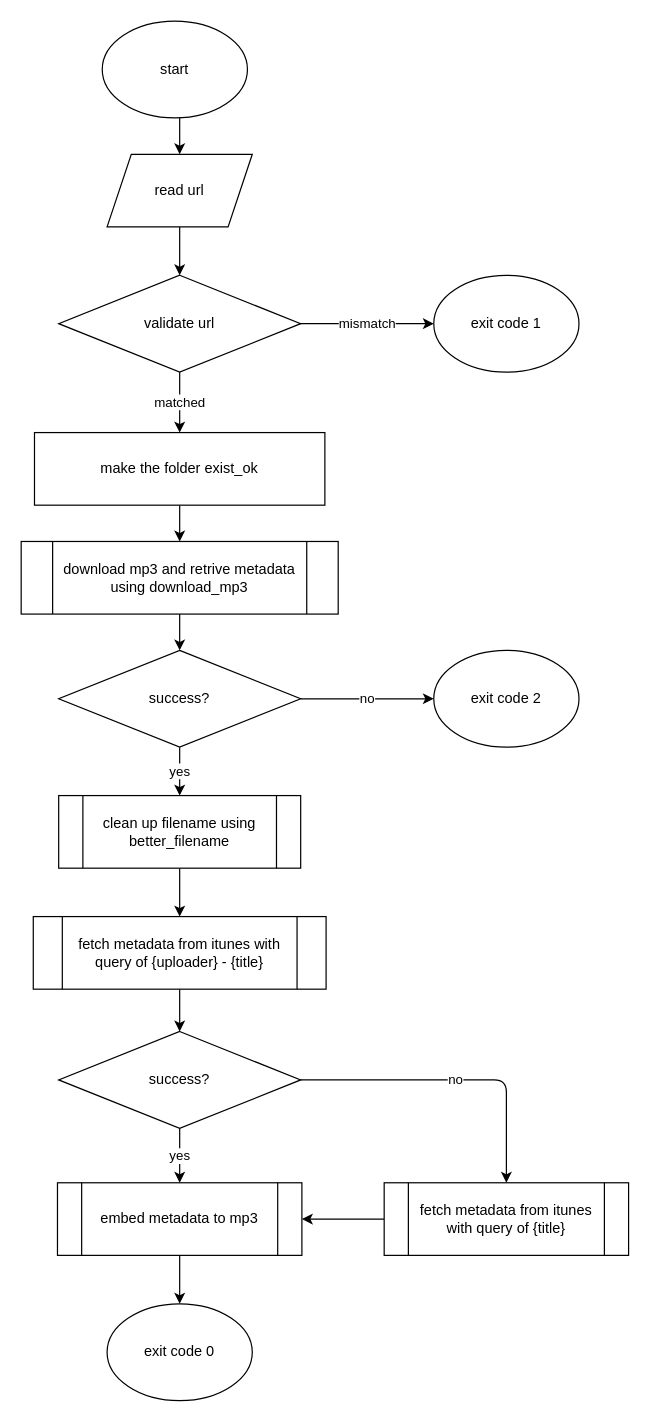
The draw.io diagram page "ytdlp-mp3-downloader-cli" (2 of 5) of flowchart.drawio in Zigatronz/ytdlp-mp3-downloader, before the edit. Source tidied: cells renumbered, new cells numbered last; positions are measured from the earlier drawing's top-left corner, leaving out a move shared by most shapes. Both pictures are drawn from the tidied source at 121%, with x=0, y=0 at pixel (21, 21).
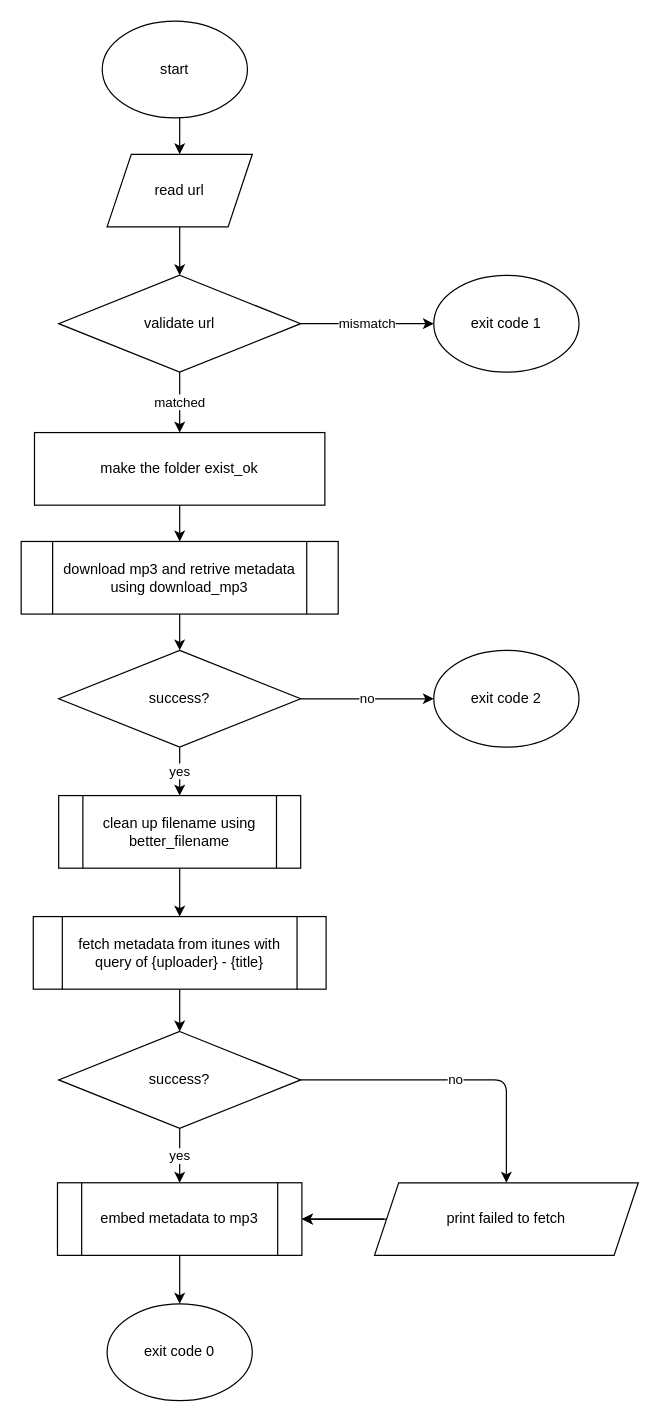
After the change.

Unchanged cells that the change refers to:
```xml
<mxCell id="13" value="success?" style="rhombus;whiteSpace=wrap;html=1;" parent="1" vertex="1">
  <mxGeometry x="31" y="835" width="200" height="80" as="geometry" />
</mxCell>
<mxCell id="29" value="&lt;span style=&quot;color: rgb(0, 0, 0);&quot;&gt;embed metadata to mp3&lt;/span&gt;" style="shape=process;whiteSpace=wrap;html=1;backgroundOutline=1;" parent="1" vertex="1">
  <mxGeometry x="30" y="960" width="202" height="60" as="geometry" />
</mxCell>
```

Change to the diagram source:
```diff
@@
-    <mxCell id="11" value="no" style="edgeStyle=none;html=1;" parent="1" edge="1" source="13" target="28">
+    <mxCell id="11" value="no" style="edgeStyle=none;html=1;" parent="1" edge="1" source="13" target="31">
       <mxGeometry relative="1" as="geometry">
         <Array as="points">
           <mxPoint x="401" y="875" />
         </Array>
       </mxGeometry>
     </mxCell>
@@
-    <mxCell id="22" style="edgeStyle=none;html=1;" parent="1" edge="1" source="28" target="29">
-      <mxGeometry relative="1" as="geometry" />
+    <mxCell id="22" style="edgeStyle=none;html=1;" parent="1" edge="1" target="29">
+      <mxGeometry relative="1" as="geometry">
+        <mxPoint x="300" y="990" as="sourcePoint" />
+      </mxGeometry>
     </mxCell>
@@
-    <mxCell id="28" value="&lt;span style=&quot;color: rgb(0, 0, 0);&quot;&gt;fetch metadata from itunes with query of {title}&lt;/span&gt;" style="shape=process;whiteSpace=wrap;html=1;backgroundOutline=1;" parent="1" vertex="1">
-      <mxGeometry x="300" y="960" width="202" height="60" as="geometry" />
-    </mxCell>
@@
+    <mxCell id="30" style="edgeStyle=none;html=1;" parent="1" edge="1" source="31" target="29">
+      <mxGeometry relative="1" as="geometry" />
+    </mxCell>
+    <mxCell id="31" value="print failed to fetch" style="shape=parallelogram;perimeter=parallelogramPerimeter;whiteSpace=wrap;html=1;fixedSize=1;" parent="1" vertex="1">
+      <mxGeometry x="292" y="960" width="218" height="60" as="geometry" />
+    </mxCell>
```
